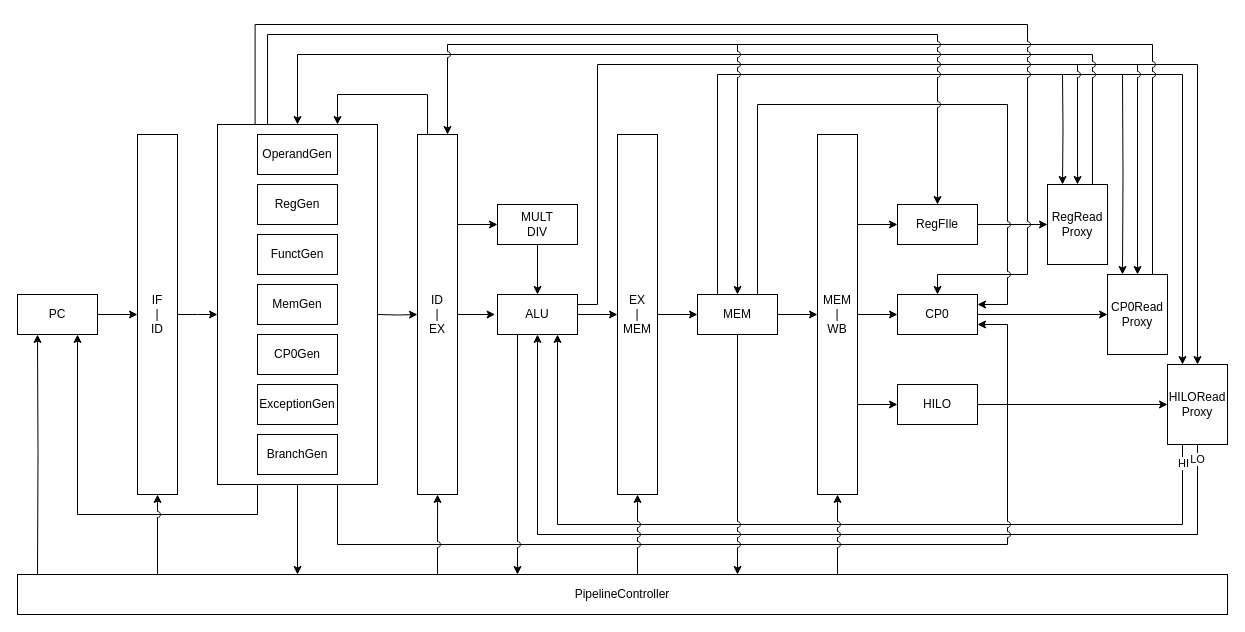
umiskky/Diagrams keeps this draw.io diagram as CS/ExternMIPS/访存指令/SB.drawio. Above is the earlier version. Source tidied: cells renumbered, new cells numbered last; positions are measured from the earlier drawing's top-left corner, leaving out a move shared by most shapes. Both pictures are drawn from the tidied source at 100%, with x=0, y=0 at pixel (17, 24).
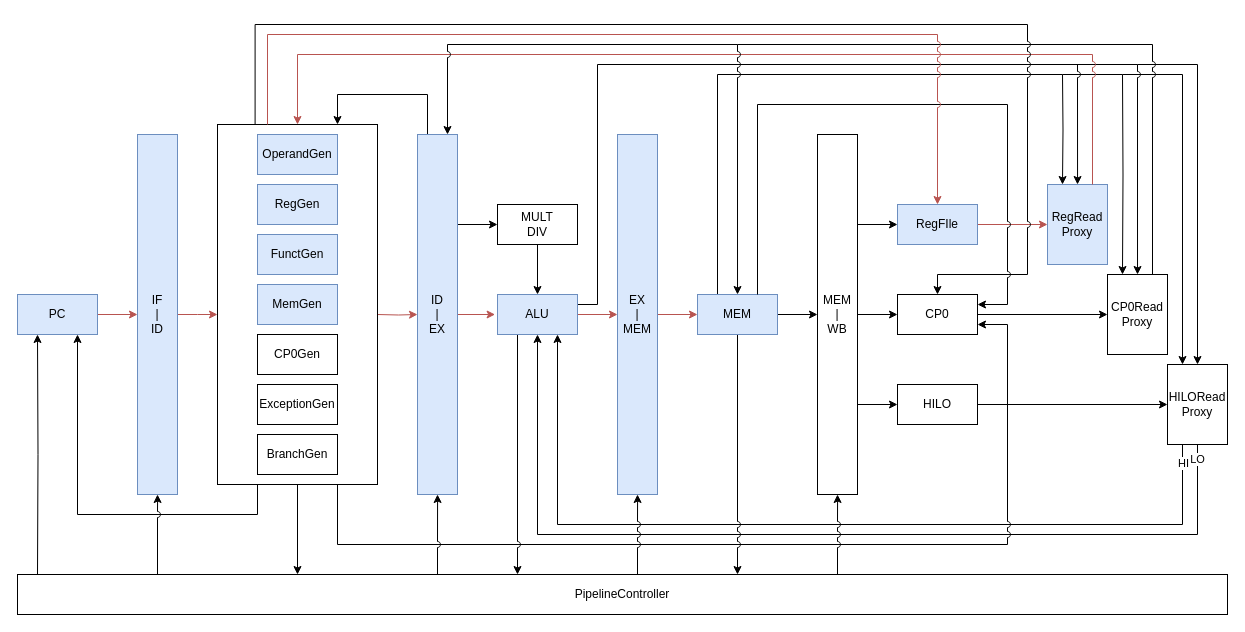
The same diagram, later.

The change refers to these unchanged cells:
```xml
<mxCell id="60" value="&lt;blockquote style=&quot;margin: 0 0 0 40px ; border: none ; padding: 0px&quot;&gt;&lt;/blockquote&gt;" style="rounded=0;whiteSpace=wrap;html=1;align=left;" parent="1" vertex="1">
  <mxGeometry x="200" y="100" width="160" height="360" as="geometry" />
</mxCell>
```

Diff of the diagram source:
```diff
@@
-    <mxCell id="15" style="edgeStyle=orthogonalEdgeStyle;rounded=0;jettySize=auto;html=1;exitX=1;exitY=0.5;exitDx=0;exitDy=0;" parent="1" edge="1" source="17" target="20">
+    <mxCell id="15" style="edgeStyle=orthogonalEdgeStyle;rounded=0;jettySize=auto;html=1;exitX=1;exitY=0.5;exitDx=0;exitDy=0;fillColor=#f8cecc;strokeColor=#b85450;" parent="1" edge="1" source="17" target="20">
       <mxGeometry relative="1" as="geometry" />
     </mxCell>
@@
-    <mxCell id="17" value="PC" style="rounded=0;whiteSpace=wrap;html=1;" parent="1" vertex="1">
+    <mxCell id="17" value="PC" style="rounded=0;whiteSpace=wrap;html=1;fillColor=#dae8fc;strokeColor=#6c8ebf;" parent="1" vertex="1">
       <mxGeometry y="270" width="80" height="40" as="geometry" />
     </mxCell>
-    <mxCell id="18" style="edgeStyle=orthogonalEdgeStyle;rounded=0;jettySize=auto;html=1;exitX=1;exitY=0.5;exitDx=0;exitDy=0;entryX=0;entryY=0.5;entryDx=0;entryDy=0;" parent="1" edge="1" source="20">
+    <mxCell id="18" style="edgeStyle=orthogonalEdgeStyle;rounded=0;jettySize=auto;html=1;exitX=1;exitY=0.5;exitDx=0;exitDy=0;entryX=0;entryY=0.5;entryDx=0;entryDy=0;fillColor=#f8cecc;strokeColor=#b85450;" parent="1" edge="1" source="20">
       <mxGeometry relative="1" as="geometry">
         <mxPoint x="200" y="290" as="targetPoint" />
       </mxGeometry>
     </mxCell>
@@
-    <mxCell id="20" value="IF&lt;br&gt;|&lt;br&gt;ID" style="rounded=0;whiteSpace=wrap;html=1;" parent="1" vertex="1">
+    <mxCell id="20" value="IF&lt;br&gt;|&lt;br&gt;ID" style="rounded=0;whiteSpace=wrap;html=1;fillColor=#dae8fc;strokeColor=#6c8ebf;" parent="1" vertex="1">
       <mxGeometry x="120" y="110" width="40" height="360" as="geometry" />
     </mxCell>
@@
-    <mxCell id="22" style="edgeStyle=orthogonalEdgeStyle;rounded=0;jettySize=auto;html=1;exitX=1;exitY=0.5;exitDx=0;exitDy=0;entryX=-0.03;entryY=0.482;entryDx=0;entryDy=0;entryPerimeter=0;" parent="1" edge="1" source="25" target="40">
+    <mxCell id="22" style="edgeStyle=orthogonalEdgeStyle;rounded=0;jettySize=auto;html=1;exitX=1;exitY=0.5;exitDx=0;exitDy=0;entryX=-0.03;entryY=0.482;entryDx=0;entryDy=0;entryPerimeter=0;fillColor=#f8cecc;strokeColor=#b85450;" parent="1" edge="1" source="25" target="40">
       <mxGeometry relative="1" as="geometry" />
     </mxCell>
@@
-    <mxCell id="25" value="ID&lt;br&gt;|&lt;br&gt;EX" style="rounded=0;whiteSpace=wrap;html=1;" parent="1" vertex="1">
+    <mxCell id="25" value="ID&lt;br&gt;|&lt;br&gt;EX" style="rounded=0;whiteSpace=wrap;html=1;fillColor=#dae8fc;strokeColor=#6c8ebf;" parent="1" vertex="1">
       <mxGeometry x="400" y="110" width="40" height="360" as="geometry" />
     </mxCell>
-    <mxCell id="26" style="edgeStyle=orthogonalEdgeStyle;rounded=0;jettySize=auto;html=1;exitX=1;exitY=0.5;exitDx=0;exitDy=0;entryX=0;entryY=0.5;entryDx=0;entryDy=0;" parent="1" edge="1" source="28" target="43">
+    <mxCell id="26" style="edgeStyle=orthogonalEdgeStyle;rounded=0;jettySize=auto;html=1;exitX=1;exitY=0.5;exitDx=0;exitDy=0;entryX=0;entryY=0.5;entryDx=0;entryDy=0;fillColor=#f8cecc;strokeColor=#b85450;" parent="1" edge="1" source="28" target="43">
       <mxGeometry relative="1" as="geometry" />
     </mxCell>
@@
-    <mxCell id="28" value="EX&lt;br&gt;|&lt;br&gt;MEM" style="rounded=0;whiteSpace=wrap;html=1;" parent="1" vertex="1">
+    <mxCell id="28" value="EX&lt;br&gt;|&lt;br&gt;MEM" style="rounded=0;whiteSpace=wrap;html=1;fillColor=#dae8fc;strokeColor=#6c8ebf;" parent="1" vertex="1">
       <mxGeometry x="600" y="110" width="40" height="360" as="geometry" />
     </mxCell>
@@
-    <mxCell id="34" style="edgeStyle=orthogonalEdgeStyle;rounded=0;jettySize=auto;html=1;exitX=1;exitY=0.5;exitDx=0;exitDy=0;entryX=0;entryY=0.5;entryDx=0;entryDy=0;" parent="1" edge="1" target="25">
+    <mxCell id="34" style="edgeStyle=orthogonalEdgeStyle;rounded=0;jettySize=auto;html=1;exitX=1;exitY=0.5;exitDx=0;exitDy=0;entryX=0;entryY=0.5;entryDx=0;entryDy=0;fillColor=#f8cecc;strokeColor=#b85450;" parent="1" edge="1" target="25">
       <mxGeometry relative="1" as="geometry">
         <mxPoint x="360" y="290" as="sourcePoint" />
       </mxGeometry>
     </mxCell>
@@
-    <mxCell id="38" style="edgeStyle=orthogonalEdgeStyle;rounded=0;jettySize=auto;html=1;exitX=1;exitY=0.5;exitDx=0;exitDy=0;entryX=0;entryY=0.5;entryDx=0;entryDy=0;" parent="1" edge="1" source="40" target="28">
+    <mxCell id="38" style="edgeStyle=orthogonalEdgeStyle;rounded=0;jettySize=auto;html=1;exitX=1;exitY=0.5;exitDx=0;exitDy=0;entryX=0;entryY=0.5;entryDx=0;entryDy=0;fillColor=#f8cecc;strokeColor=#b85450;" parent="1" edge="1" source="40" target="28">
       <mxGeometry relative="1" as="geometry" />
     </mxCell>
@@
-    <mxCell id="40" value="ALU" style="rounded=0;whiteSpace=wrap;html=1;" parent="1" vertex="1">
+    <mxCell id="40" value="ALU" style="rounded=0;whiteSpace=wrap;html=1;fillColor=#dae8fc;strokeColor=#6c8ebf;" parent="1" vertex="1">
       <mxGeometry x="480" y="270" width="80" height="40" as="geometry" />
     </mxCell>
@@
-    <mxCell id="43" value="MEM" style="rounded=0;whiteSpace=wrap;html=1;" parent="1" vertex="1">
+    <mxCell id="43" value="MEM" style="rounded=0;whiteSpace=wrap;html=1;fillColor=#dae8fc;strokeColor=#6c8ebf;" parent="1" vertex="1">
       <mxGeometry x="680" y="270" width="80" height="40" as="geometry" />
     </mxCell>
-    <mxCell id="44" style="edgeStyle=orthogonalEdgeStyle;rounded=0;jettySize=auto;html=1;exitX=1;exitY=0.5;exitDx=0;exitDy=0;entryX=0;entryY=0.5;entryDx=0;entryDy=0;" parent="1" edge="1" source="45" target="51">
+    <mxCell id="44" style="edgeStyle=orthogonalEdgeStyle;rounded=0;jettySize=auto;html=1;exitX=1;exitY=0.5;exitDx=0;exitDy=0;entryX=0;entryY=0.5;entryDx=0;entryDy=0;fillColor=#f8cecc;strokeColor=#b85450;" parent="1" edge="1" source="45" target="51">
       <mxGeometry relative="1" as="geometry" />
     </mxCell>
-    <mxCell id="45" value="RegFIle" style="rounded=0;whiteSpace=wrap;html=1;" parent="1" vertex="1">
+    <mxCell id="45" value="RegFIle" style="rounded=0;whiteSpace=wrap;html=1;fillColor=#dae8fc;strokeColor=#6c8ebf;" parent="1" vertex="1">
       <mxGeometry x="880" y="180" width="80" height="40" as="geometry" />
     </mxCell>
@@
-    <mxCell id="51" value="RegRead&lt;br&gt;Proxy" style="rounded=0;whiteSpace=wrap;html=1;" parent="1" vertex="1">
+    <mxCell id="51" value="RegRead&lt;br&gt;Proxy" style="rounded=0;whiteSpace=wrap;html=1;fillColor=#dae8fc;strokeColor=#6c8ebf;" parent="1" vertex="1">
       <mxGeometry x="1030" y="160" width="60" height="80" as="geometry" />
     </mxCell>
@@
-    <mxCell id="57" style="edgeStyle=orthogonalEdgeStyle;rounded=0;jettySize=auto;html=1;exitX=0.75;exitY=0;exitDx=0;exitDy=0;jumpStyle=arc;entryX=0.5;entryY=0;entryDx=0;entryDy=0;" parent="1" edge="1" source="51" target="60">
+    <mxCell id="57" style="edgeStyle=orthogonalEdgeStyle;rounded=0;jettySize=auto;html=1;exitX=0.75;exitY=0;exitDx=0;exitDy=0;jumpStyle=arc;entryX=0.5;entryY=0;entryDx=0;entryDy=0;fillColor=#f8cecc;strokeColor=#b85450;" parent="1" edge="1" source="51" target="60">
       <mxGeometry relative="1" as="geometry">
         <Array as="points">
           <mxPoint x="1075" y="30" />
           <mxPoint x="280" y="30" />
         </Array>
       </mxGeometry>
     </mxCell>
@@
-    <mxCell id="61" value="OperandGen" style="rounded=0;whiteSpace=wrap;html=1;" parent="1" vertex="1">
+    <mxCell id="61" value="OperandGen" style="rounded=0;whiteSpace=wrap;html=1;fillColor=#dae8fc;strokeColor=#6c8ebf;" parent="1" vertex="1">
       <mxGeometry x="240" y="110" width="80" height="40" as="geometry" />
     </mxCell>
@@
-    <mxCell id="64" value="FunctGen" style="rounded=0;whiteSpace=wrap;html=1;" parent="1" vertex="1">
+    <mxCell id="64" value="FunctGen" style="rounded=0;whiteSpace=wrap;html=1;fillColor=#dae8fc;strokeColor=#6c8ebf;" parent="1" vertex="1">
       <mxGeometry x="240" y="210" width="80" height="40" as="geometry" />
     </mxCell>
-    <mxCell id="65" value="MemGen" style="rounded=0;whiteSpace=wrap;html=1;" parent="1" vertex="1">
+    <mxCell id="65" value="MemGen" style="rounded=0;whiteSpace=wrap;html=1;fillColor=#dae8fc;strokeColor=#6c8ebf;" parent="1" vertex="1">
       <mxGeometry x="240" y="260" width="80" height="40" as="geometry" />
     </mxCell>
@@
-    <mxCell id="67" value="RegGen" style="rounded=0;whiteSpace=wrap;html=1;" parent="1" vertex="1">
+    <mxCell id="67" value="RegGen" style="rounded=0;whiteSpace=wrap;html=1;fillColor=#dae8fc;strokeColor=#6c8ebf;" parent="1" vertex="1">
       <mxGeometry x="240" y="160" width="80" height="40" as="geometry" />
     </mxCell>
@@
-    <mxCell id="72" style="edgeStyle=orthogonalEdgeStyle;rounded=0;jumpStyle=arc;jettySize=auto;html=1;entryX=0.5;entryY=0;entryDx=0;entryDy=0;endFill=1;" parent="1" edge="1" target="45">
+    <mxCell id="72" style="edgeStyle=orthogonalEdgeStyle;rounded=0;jumpStyle=arc;jettySize=auto;html=1;entryX=0.5;entryY=0;entryDx=0;entryDy=0;endFill=1;fillColor=#f8cecc;strokeColor=#b85450;" parent="1" edge="1" target="45">
       <mxGeometry relative="1" as="geometry">
         <mxPoint x="250" y="100" as="sourcePoint" />
         <Array as="points">
           <mxPoint x="250" y="100" />
           <mxPoint x="250" y="10" />
           <mxPoint x="920" y="10" />
         </Array>
       </mxGeometry>
     </mxCell>
```
